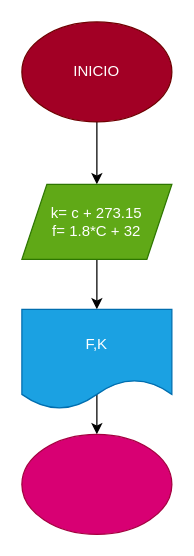
axlynaylyngarcia/temperatura keeps this draw.io diagram as diagraa.drawio. Above is the earlier version. Source tidied: cells renumbered, new cells numbered last; positions are measured from the earlier drawing's top-left corner, leaving out a move shared by most shapes. Both pictures are drawn from the tidied source at 125%, with x=0, y=0 at pixel (21, 21).
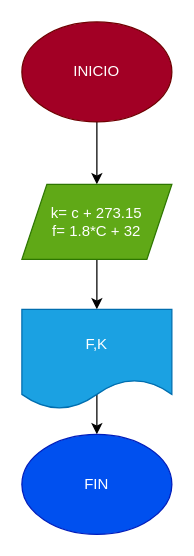
Above is the later version.

Commit message (it also covers changes not shown here):
Desarrollo: crecion diagrama de flujo

Change to the diagram source:
```diff
@@
 <mxGraphModel>
   <root>
     <mxCell id="0" />
     <mxCell id="1" parent="0" />
     <mxCell id="2" style="edgeStyle=none;html=1;" parent="1" edge="1" source="3" target="5">
       <mxGeometry relative="1" as="geometry" />
     </mxCell>
     <mxCell id="3" value="INICIO" style="ellipse;whiteSpace=wrap;html=1;fillColor=#a20025;fontColor=#ffffff;strokeColor=#6F0000;" parent="1" vertex="1">
       <mxGeometry width="120" height="80" as="geometry" />
     </mxCell>
     <mxCell id="4" style="edgeStyle=none;html=1;" parent="1" edge="1" source="5" target="7">
       <mxGeometry relative="1" as="geometry" />
     </mxCell>
     <mxCell id="5" value="k= c + 273.15&lt;br&gt;f= 1.8*C + 32" style="shape=parallelogram;perimeter=parallelogramPerimeter;whiteSpace=wrap;html=1;fixedSize=1;fillColor=#60a917;fontColor=#ffffff;strokeColor=#2D7600;" parent="1" vertex="1">
       <mxGeometry y="130" width="120" height="60" as="geometry" />
     </mxCell>
-    <mxCell id="6" style="edgeStyle=none;html=1;" parent="1" edge="1" source="7" target="8">
+    <mxCell id="6" style="edgeStyle=none;html=1;" parent="1" edge="1" source="7">
       <mxGeometry relative="1" as="geometry">
+        <mxPoint x="60" y="330" as="targetPoint" />
         <Array as="points">
           <mxPoint x="60" y="290" />
         </Array>
       </mxGeometry>
     </mxCell>
     <mxCell id="7" value="F,K" style="shape=document;whiteSpace=wrap;html=1;boundedLbl=1;fillColor=#1ba1e2;fontColor=#ffffff;strokeColor=#006EAF;" parent="1" vertex="1">
       <mxGeometry y="230" width="120" height="80" as="geometry" />
     </mxCell>
-    <mxCell id="8" style="ellipse;whiteSpace=wrap;html=1;fillColor=#d80073;fontColor=#ffffff;strokeColor=#A50040;" parent="1" vertex="1">
-      <mxGeometry y="330" width="120" height="80" as="geometry" />
-    </mxCell>
+    <mxCell id="9" value="FIN" style="ellipse;whiteSpace=wrap;html=1;fillColor=#0050ef;fontColor=#ffffff;strokeColor=#001DBC;" parent="1" vertex="1">
+      <mxGeometry y="330" width="120" height="80" as="geometry" />
+    </mxCell>
   </root>
 </mxGraphModel>
```
